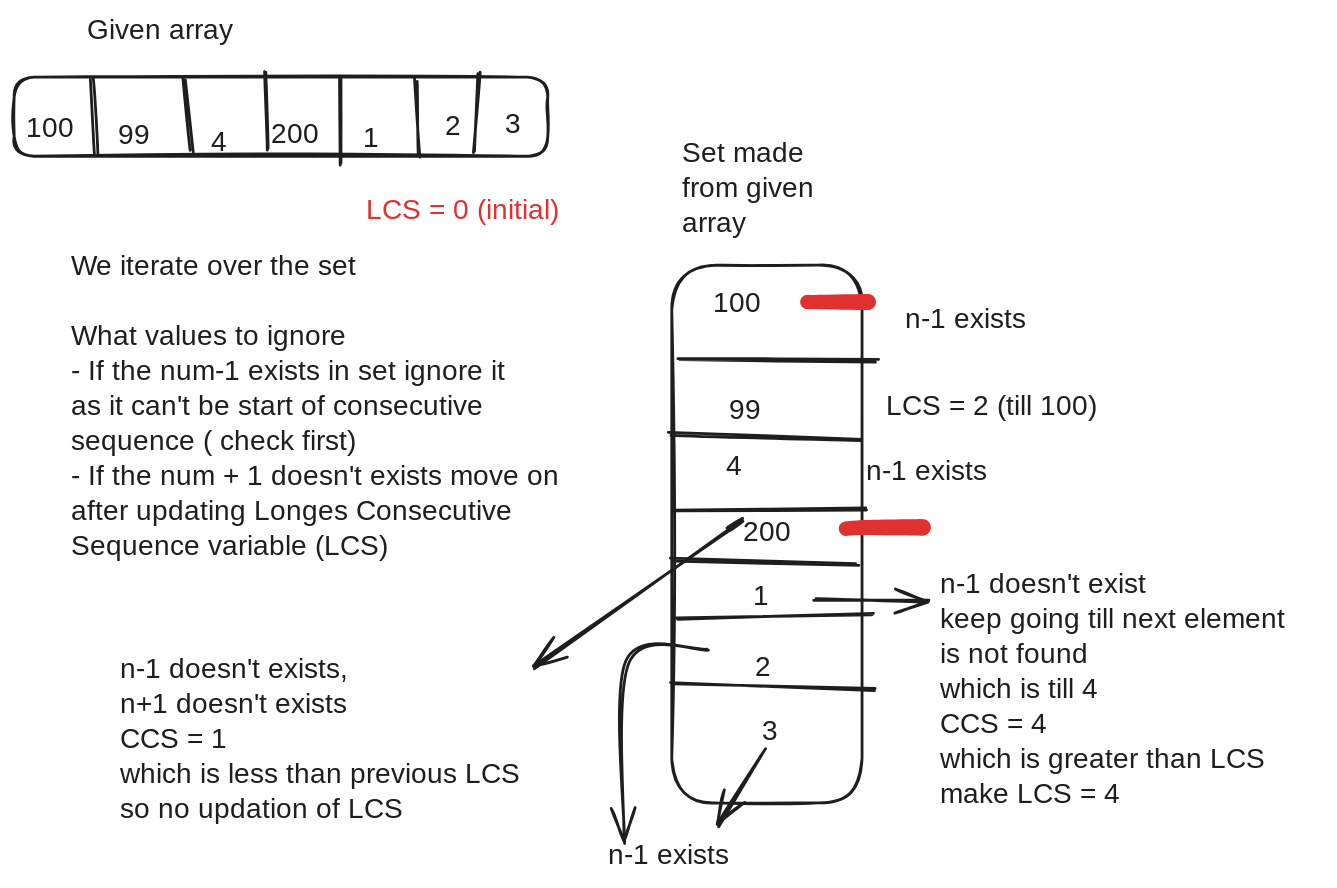
The Excalidraw diagram Notes/LongestConsecutiveSequence.excalidraw.svg in iamgojoof6eyes/DSA, before a commit. Source tidied: one line per element, renumbered; positions are measured from the earlier drawing's top-left corner, leaving out a move shared by most shapes.
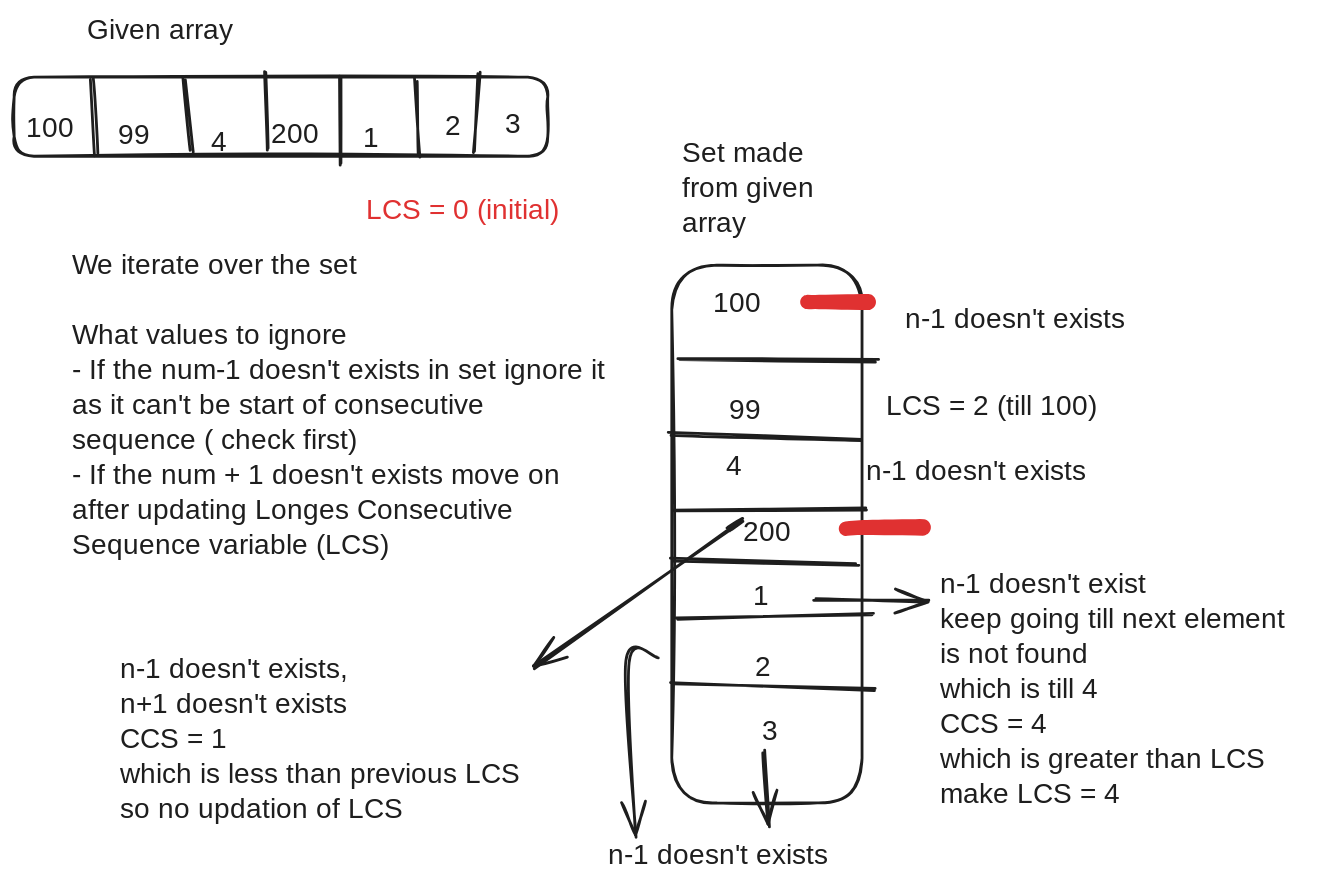
The same file after the commit.

Change to the diagram source:
```diff
@@ -27,18 +27,18 @@
 {"id": 26, "type": "text", "text": "2", "strokeColor": "#1e1e1e", "strokeWidth": 2, "roughness": 1, "fontSize": 20, "fontFamily": 5, "x": 529, "y": 455, "width": 14, "height": 25}
 {"id": 27, "type": "text", "text": "3", "strokeColor": "#1e1e1e", "strokeWidth": 2, "roughness": 1, "fontSize": 20, "fontFamily": 5, "x": 534, "y": 501, "width": 12, "height": 25}
 {"id": 28, "type": "line", "strokeColor": "#1e1e1e", "strokeWidth": 2, "roughness": 1, "round": true, "x": 469, "y": 478, "width": 145, "height": 4, "points": [[0, 0], [145, 4]]}
-{"id": 29, "type": "text", "text": "We iterate over the set\n\nWhat values to ignore\n- If the num-1 exists in set ignore it\nas it can't be start of consecutive\nsequence ( check first)\n- If the num + 1 doesn't exists move on\nafter updating Longes Consecutive\nSequence variable (LCS)", "strokeColor": "#1e1e1e", "strokeWidth": 2, "roughness": 1, "fontSize": 20, "fontFamily": 5, "x": 41, "y": 169, "width": 389, "height": 225}
+{"id": 29, "type": "text", "text": "We iterate over the set\n\nWhat values to ignore\n- If the num-1 doesn't exists in set ignore it\nas it can't be start of consecutive\nsequence ( check first)\n- If the num + 1 doesn't exists move on\nafter updating Longes Consecutive\nSequence variable (LCS)", "strokeColor": "#1e1e1e", "strokeWidth": 2, "roughness": 1, "fontSize": 20, "fontFamily": 5, "x": 41, "y": 168, "width": 438, "height": 225}
 {"id": 30, "type": "line", "strokeColor": "#1e1e1e", "strokeWidth": 2, "roughness": 1, "round": true, "x": 469, "y": 390, "width": 132, "height": 4, "points": [[0, 0], [132, 4]]}
 {"id": 31, "type": "freedraw", "strokeColor": "#e03131", "strokeWidth": 2, "roughness": 1, "x": 567, "y": 206, "width": 45, "height": 0, "points": [[0, 0], [3, 0], [6, 0], [10, 0], [14, 0], [19, 0], [23, 0], [28, 0], [31, 0], [36, 0], [40, 0], [45, 0], [45, 0]]}
 {"id": 32, "type": "freedraw", "strokeColor": "#e03131", "strokeWidth": 2, "roughness": 1, "x": 594, "y": 368, "width": 56, "height": 2, "points": [[0, 0], [0, -2], [2, -2], [5, -2], [10, -1], [13, -1], [18, -1], [22, -1], [27, -1], [30, -1], [34, -1], [39, -1], [43, -1], [48, -1], [51, -1], [56, -1], [56, -1]]}
 {"id": 33, "type": "text", "text": "LCS = 0 (initial)", "strokeColor": "#e03131", "strokeWidth": 2, "roughness": 1, "fontSize": 20, "fontFamily": 5, "x": 251, "y": 129, "width": 153, "height": 25}
-{"id": 34, "type": "text", "text": "n-1 exists", "strokeColor": "#1e1e1e", "strokeWidth": 2, "roughness": 1, "fontSize": 20, "fontFamily": 5, "x": 636, "y": 207, "width": 95, "height": 25}
+{"id": 34, "type": "text", "text": "n-1 doesn't exists", "strokeColor": "#1e1e1e", "strokeWidth": 2, "roughness": 1, "fontSize": 20, "fontFamily": 5, "x": 636, "y": 207, "width": 175, "height": 25}
 {"id": 35, "type": "text", "text": "LCS = 2 (till 100)", "strokeColor": "#1e1e1e", "strokeWidth": 2, "roughness": 1, "fontSize": 20, "fontFamily": 5, "x": 623, "y": 269, "width": 169, "height": 25}
-{"id": 36, "type": "text", "text": "n-1 exists", "strokeColor": "#1e1e1e", "strokeWidth": 2, "roughness": 1, "fontSize": 20, "fontFamily": 5, "x": 608, "y": 315, "width": 95, "height": 25}
+{"id": 36, "type": "text", "text": "n-1 doesn't exists", "strokeColor": "#1e1e1e", "strokeWidth": 2, "roughness": 1, "fontSize": 20, "fontFamily": 5, "x": 608, "y": 315, "width": 175, "height": 25}
 {"id": 37, "type": "text", "text": "n-1 doesn't exists, \nn+1 doesn't exists \nCCS = 1 \nwhich is less than previous LCS \nso no updation of LCS", "strokeColor": "#1e1e1e", "strokeWidth": 2, "roughness": 1, "fontSize": 20, "fontFamily": 5, "x": 75, "y": 456, "width": 311, "height": 125}
 {"id": 38, "type": "arrow", "strokeColor": "#1e1e1e", "strokeWidth": 2, "roughness": 1, "endArrowhead": "arrow", "round": true, "to": 37, "x": 510, "y": 368, "width": 139, "height": 99, "points": [[0, 0], [0, 0], [-139, 99]]}
 {"id": 39, "type": "text", "text": "n-1 doesn't exist\nkeep going till next element \nis not found\nwhich is till 4\nCCS = 4\nwhich is greater than LCS \nmake LCS = 4", "strokeColor": "#1e1e1e", "strokeWidth": 2, "roughness": 1, "fontSize": 20, "fontFamily": 5, "x": 662, "y": 396, "width": 273, "height": 175}
 {"id": 40, "type": "arrow", "strokeColor": "#1e1e1e", "strokeWidth": 2, "roughness": 1, "endArrowhead": "arrow", "round": true, "x": 572, "y": 419, "width": 81, "height": 0, "points": [[0, 0], [81, 0]]}
-{"id": 41, "type": "text", "text": "n-1 exists", "strokeColor": "#1e1e1e", "strokeWidth": 2, "roughness": 1, "fontSize": 20, "fontFamily": 5, "x": 424, "y": 589, "width": 95, "height": 25}
+{"id": 41, "type": "text", "text": "n-1 doesn't exists", "strokeColor": "#1e1e1e", "strokeWidth": 2, "roughness": 1, "fontSize": 20, "fontFamily": 5, "x": 424, "y": 589, "width": 175, "height": 25}
-{"id": 42, "type": "arrow", "strokeColor": "#1e1e1e", "strokeWidth": 2, "roughness": 1, "endArrowhead": "arrow", "round": true, "from": 0, "to": 41, "x": 495, "y": 454, "width": 60, "height": 138, "points": [[0, 0], [-58, 9], [-60, 138]]}
+{"id": 42, "type": "arrow", "strokeColor": "#1e1e1e", "strokeWidth": 2, "roughness": 1, "endArrowhead": "arrow", "round": true, "from": 0, "to": 41, "x": 460, "y": 459, "width": 22, "height": 128, "points": [[0, 0], [-22, 3], [-16, 128]]}
-{"id": 43, "type": "arrow", "strokeColor": "#1e1e1e", "strokeWidth": 2, "roughness": 1, "endArrowhead": "arrow", "round": true, "from": 27, "to": 41, "x": 537, "y": 526, "width": 33, "height": 54, "points": [[0, 0], [-33, 54]]}
+{"id": 43, "type": "arrow", "strokeColor": "#1e1e1e", "strokeWidth": 2, "roughness": 1, "endArrowhead": "arrow", "round": true, "from": 27, "to": 41, "x": 536, "y": 527, "width": 4, "height": 53, "points": [[0, 0], [4, 53]]}
```
